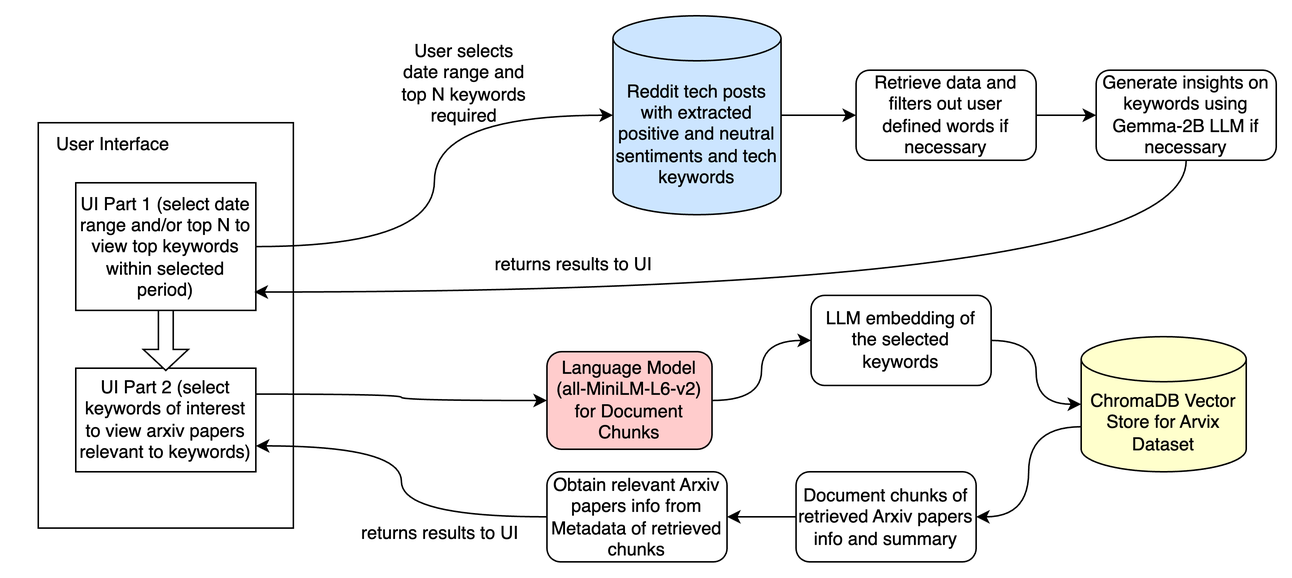
The draw.io diagram docs/build/html/_images/streamlit_flowchart.png in wbcmthh42/plp_practice_proj, before a commit. Source tidied: cells renumbered, new cells last; positions are measured from the earlier drawing's top-left corner, leaving out a move shared by most shapes. Its diagram source:
```xml
<mxGraphModel>
  <root>
    <mxCell id="0" />
    <mxCell id="1" parent="0" />
    <mxCell id="2" style="rounded=0;whiteSpace=wrap;html=1;" parent="1" vertex="1">
      <mxGeometry x="15" y="71.2" width="170" height="270" as="geometry" />
    </mxCell>
    <mxCell id="3" value="UI Part 1 (select date range and/or top N to view top keywords within selected period)" style="rounded=0;whiteSpace=wrap;html=1;fillColor=#FFFFFF;" parent="1" vertex="1">
      <mxGeometry x="40" y="111.2" width="120" height="85" as="geometry" />
    </mxCell>
    <mxCell id="4" style="edgeStyle=orthogonalEdgeStyle;curved=1;rounded=0;jettySize=auto;html=1;exitX=1;exitY=0.5;exitDx=0;exitDy=0;exitPerimeter=0;entryX=0;entryY=0.5;entryDx=0;entryDy=0;" parent="1" edge="1" source="5" target="24">
      <mxGeometry relative="1" as="geometry" />
    </mxCell>
    <mxCell id="5" value="Reddit tech posts with extracted positive and neutral sentiments and tech keywords" style="shape=cylinder3;whiteSpace=wrap;html=1;boundedLbl=1;backgroundOutline=1;size=15;fillColor=#CCE5FF;" parent="1" vertex="1">
      <mxGeometry x="398" width="112" height="132.5" as="geometry" />
    </mxCell>
    <mxCell id="6" style="edgeStyle=orthogonalEdgeStyle;curved=1;rounded=0;jettySize=auto;html=1;exitX=1;exitY=0.5;exitDx=0;exitDy=0;entryX=0;entryY=0.5;entryDx=0;entryDy=0;entryPerimeter=0;" parent="1" edge="1" source="3" target="5">
      <mxGeometry relative="1" as="geometry" />
    </mxCell>
    <mxCell id="7" value="User selects date range and top N keywords required" style="text;html=1;align=center;verticalAlign=middle;whiteSpace=wrap;rounded=0;" parent="1" vertex="1">
      <mxGeometry x="254" y="30" width="90" height="30" as="geometry" />
    </mxCell>
    <mxCell id="8" value="returns results to UI" style="text;html=1;align=center;verticalAlign=middle;whiteSpace=wrap;rounded=0;" parent="1" vertex="1">
      <mxGeometry x="314" y="151.2" width="116" height="30" as="geometry" />
    </mxCell>
    <mxCell id="9" style="edgeStyle=orthogonalEdgeStyle;curved=1;rounded=0;jettySize=auto;html=1;exitX=1;exitY=0.25;exitDx=0;exitDy=0;entryX=0;entryY=0.5;entryDx=0;entryDy=0;" parent="1" edge="1" source="10" target="15">
      <mxGeometry relative="1" as="geometry" />
    </mxCell>
    <mxCell id="10" value="UI Part 2 (select keywords of interest to view arxiv papers relevant to keywords)" style="rounded=0;whiteSpace=wrap;html=1;fillColor=#FFFFFF;" parent="1" vertex="1">
      <mxGeometry x="40" y="234.8" width="120" height="69" as="geometry" />
    </mxCell>
    <mxCell id="11" style="html=1;shadow=0;dashed=0;align=center;verticalAlign=middle;shape=mxgraph.arrows2.arrow;dy=0.67;dx=14;direction=south;notch=0;" parent="1" vertex="1">
      <mxGeometry x="85" y="196.2" width="30" height="40" as="geometry" />
    </mxCell>
    <mxCell id="12" style="edgeStyle=orthogonalEdgeStyle;curved=1;rounded=0;jettySize=auto;html=1;exitX=0;exitY=0;exitDx=0;exitDy=60;exitPerimeter=0;entryX=1;entryY=0.5;entryDx=0;entryDy=0;" parent="1" edge="1" source="13" target="19">
      <mxGeometry relative="1" as="geometry" />
    </mxCell>
    <mxCell id="13" value="ChromaDB Vector Store for Arvix Dataset" style="shape=cylinder3;whiteSpace=wrap;html=1;boundedLbl=1;backgroundOutline=1;size=15;fillColor=#FFFFCC;" parent="1" vertex="1">
      <mxGeometry x="710" y="213.8" width="110" height="90" as="geometry" />
    </mxCell>
    <mxCell id="14" style="edgeStyle=orthogonalEdgeStyle;curved=1;rounded=0;jettySize=auto;html=1;exitX=1;exitY=0.5;exitDx=0;exitDy=0;entryX=0;entryY=0.5;entryDx=0;entryDy=0;" parent="1" edge="1" source="15" target="16">
      <mxGeometry relative="1" as="geometry" />
    </mxCell>
    <mxCell id="15" value="Language Model (all-MiniLM-L6-v2) for Document Chunks" style="rounded=1;whiteSpace=wrap;html=1;fillColor=#FFCCCC;" parent="1" vertex="1">
      <mxGeometry x="354" y="223.8" width="110" height="65" as="geometry" />
    </mxCell>
    <mxCell id="16" value="LLM embedding of the selected keywords" style="rounded=1;whiteSpace=wrap;html=1;" parent="1" vertex="1">
      <mxGeometry x="530" y="186.2" width="120" height="60" as="geometry" />
    </mxCell>
    <mxCell id="17" style="edgeStyle=orthogonalEdgeStyle;curved=1;rounded=0;jettySize=auto;html=1;exitX=1;exitY=0.5;exitDx=0;exitDy=0;entryX=0;entryY=0.5;entryDx=0;entryDy=0;entryPerimeter=0;" parent="1" edge="1" source="16" target="13">
      <mxGeometry relative="1" as="geometry" />
    </mxCell>
    <mxCell id="18" style="edgeStyle=orthogonalEdgeStyle;curved=1;rounded=0;jettySize=auto;html=1;exitX=0;exitY=0.5;exitDx=0;exitDy=0;entryX=1;entryY=0.5;entryDx=0;entryDy=0;" parent="1" edge="1" source="19" target="21">
      <mxGeometry relative="1" as="geometry" />
    </mxCell>
    <mxCell id="19" value="Document chunks of retrieved Arxiv papers info and summary" style="rounded=1;whiteSpace=wrap;html=1;" parent="1" vertex="1">
      <mxGeometry x="520" y="303.8" width="120" height="60" as="geometry" />
    </mxCell>
    <mxCell id="20" style="edgeStyle=orthogonalEdgeStyle;curved=1;rounded=0;jettySize=auto;html=1;exitX=0;exitY=0.5;exitDx=0;exitDy=0;entryX=1;entryY=0.75;entryDx=0;entryDy=0;" parent="1" edge="1" source="21" target="10">
      <mxGeometry relative="1" as="geometry" />
    </mxCell>
    <mxCell id="21" value="Obtain relevant Arxiv papers info from Metadata of retrieved chunks" style="rounded=1;whiteSpace=wrap;html=1;" parent="1" vertex="1">
      <mxGeometry x="354" y="303.8" width="120" height="60" as="geometry" />
    </mxCell>
    <mxCell id="22" value="User Interface" style="text;html=1;align=center;verticalAlign=middle;whiteSpace=wrap;rounded=0;" parent="1" vertex="1">
      <mxGeometry y="71.2" width="130" height="30" as="geometry" />
    </mxCell>
    <mxCell id="23" style="edgeStyle=orthogonalEdgeStyle;rounded=0;jettySize=auto;html=1;exitX=1;exitY=0.5;exitDx=0;exitDy=0;entryX=0;entryY=0.5;entryDx=0;entryDy=0;" parent="1" edge="1" source="24" target="26">
      <mxGeometry relative="1" as="geometry" />
    </mxCell>
    <mxCell id="24" value="Retrieve data and filters out user defined words if necessary" style="rounded=1;whiteSpace=wrap;html=1;" parent="1" vertex="1">
      <mxGeometry x="560" y="36.2" width="120" height="60" as="geometry" />
    </mxCell>
    <mxCell id="25" style="edgeStyle=orthogonalEdgeStyle;curved=1;rounded=0;jettySize=auto;html=1;exitX=0.5;exitY=1;exitDx=0;exitDy=0;entryX=0.992;entryY=0.856;entryDx=0;entryDy=0;entryPerimeter=0;" parent="1" edge="1" source="26" target="3">
      <mxGeometry relative="1" as="geometry" />
    </mxCell>
    <mxCell id="26" value="Generate insights on keywords using Gemma-2B LLM if necessary" style="rounded=1;whiteSpace=wrap;html=1;" parent="1" vertex="1">
      <mxGeometry x="720" y="36.2" width="120" height="60" as="geometry" />
    </mxCell>
    <mxCell id="27" value="returns results to UI" style="text;html=1;align=center;verticalAlign=middle;whiteSpace=wrap;rounded=0;" parent="1" vertex="1">
      <mxGeometry x="225" y="330" width="116" height="30" as="geometry" />
    </mxCell>
  </root>
</mxGraphModel>
```
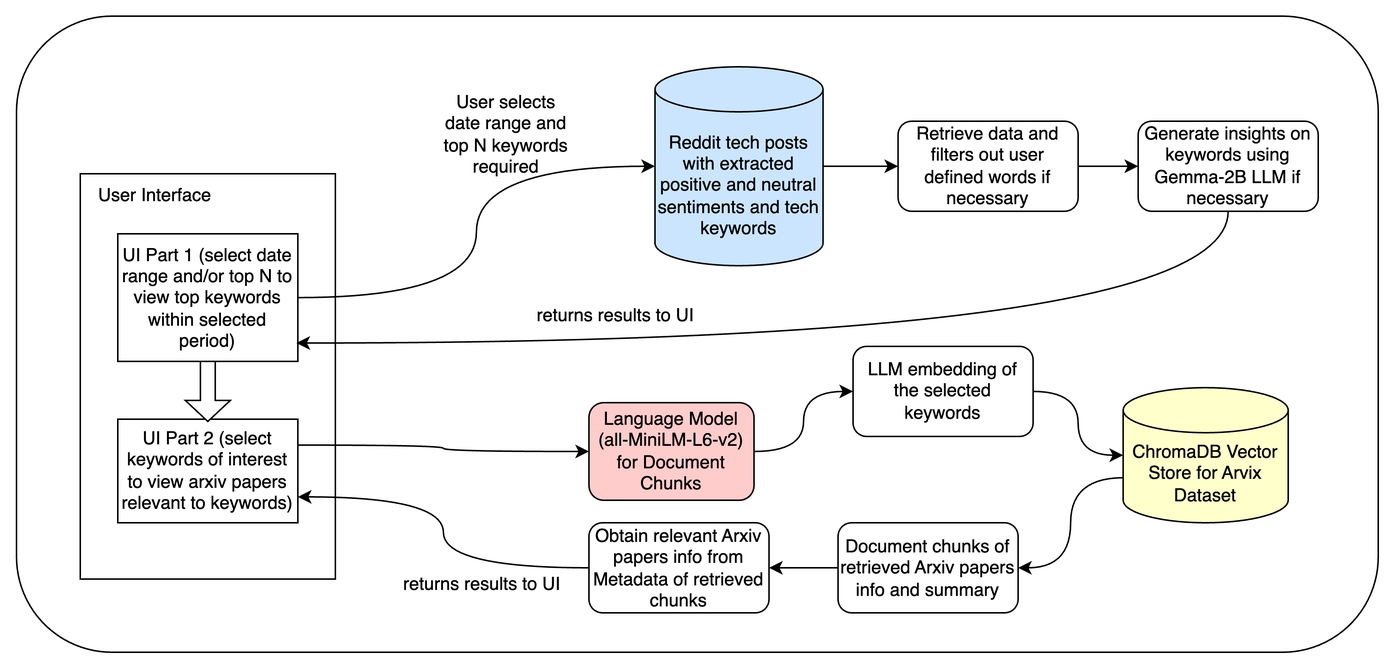
Later version of the same file.

Diff of the diagram source:
```diff
@@ -2,83 +2,86 @@
   <root>
     <mxCell id="0" />
     <mxCell id="1" parent="0" />
-    <mxCell id="2" style="rounded=0;whiteSpace=wrap;html=1;" parent="1" vertex="1">
-      <mxGeometry x="15" y="71.2" width="170" height="270" as="geometry" />
+    <mxCell id="2" style="rounded=1;whiteSpace=wrap;html=1;" parent="1" vertex="1">
+      <mxGeometry x="-27.5" y="-33.8" width="907.5" height="423.8" as="geometry" />
     </mxCell>
-    <mxCell id="3" value="UI Part 1 (select date range and/or top N to view top keywords within selected period)" style="rounded=0;whiteSpace=wrap;html=1;fillColor=#FFFFFF;" parent="1" vertex="1">
-      <mxGeometry x="40" y="111.2" width="120" height="85" as="geometry" />
+    <mxCell id="3" style="rounded=0;whiteSpace=wrap;html=1;" parent="1" vertex="1">
+      <mxGeometry x="15" y="71.2" width="170" height="270" as="geometry" />
     </mxCell>
-    <mxCell id="4" style="edgeStyle=orthogonalEdgeStyle;curved=1;rounded=0;jettySize=auto;html=1;exitX=1;exitY=0.5;exitDx=0;exitDy=0;exitPerimeter=0;entryX=0;entryY=0.5;entryDx=0;entryDy=0;" parent="1" edge="1" source="5" target="24">
-      <mxGeometry relative="1" as="geometry" />
+    <mxCell id="4" value="UI Part 1 (select date range and/or top N to view top keywords within selected period)" style="rounded=0;whiteSpace=wrap;html=1;fillColor=#FFFFFF;" parent="1" vertex="1">
+      <mxGeometry x="40" y="111.2" width="120" height="85" as="geometry" />
     </mxCell>
-    <mxCell id="5" value="Reddit tech posts with extracted positive and neutral sentiments and tech keywords" style="shape=cylinder3;whiteSpace=wrap;html=1;boundedLbl=1;backgroundOutline=1;size=15;fillColor=#CCE5FF;" parent="1" vertex="1">
-      <mxGeometry x="398" width="112" height="132.5" as="geometry" />
+    <mxCell id="5" style="edgeStyle=orthogonalEdgeStyle;curved=1;rounded=0;jettySize=auto;html=1;exitX=1;exitY=0.5;exitDx=0;exitDy=0;exitPerimeter=0;entryX=0;entryY=0.5;entryDx=0;entryDy=0;" parent="1" edge="1" source="6" target="25">
+      <mxGeometry relative="1" as="geometry" />
     </mxCell>
-    <mxCell id="6" style="edgeStyle=orthogonalEdgeStyle;curved=1;rounded=0;jettySize=auto;html=1;exitX=1;exitY=0.5;exitDx=0;exitDy=0;entryX=0;entryY=0.5;entryDx=0;entryDy=0;entryPerimeter=0;" parent="1" edge="1" source="3" target="5">
-      <mxGeometry relative="1" as="geometry" />
+    <mxCell id="6" value="Reddit tech posts with extracted positive and neutral sentiments and tech keywords" style="shape=cylinder3;whiteSpace=wrap;html=1;boundedLbl=1;backgroundOutline=1;size=15;fillColor=#CCE5FF;" parent="1" vertex="1">
+      <mxGeometry x="398" width="112" height="132.5" as="geometry" />
     </mxCell>
-    <mxCell id="7" value="User selects date range and top N keywords required" style="text;html=1;align=center;verticalAlign=middle;whiteSpace=wrap;rounded=0;" parent="1" vertex="1">
-      <mxGeometry x="254" y="30" width="90" height="30" as="geometry" />
+    <mxCell id="7" style="edgeStyle=orthogonalEdgeStyle;curved=1;rounded=0;jettySize=auto;html=1;exitX=1;exitY=0.5;exitDx=0;exitDy=0;entryX=0;entryY=0.5;entryDx=0;entryDy=0;entryPerimeter=0;" parent="1" edge="1" source="4" target="6">
+      <mxGeometry relative="1" as="geometry" />
     </mxCell>
-    <mxCell id="8" value="returns results to UI" style="text;html=1;align=center;verticalAlign=middle;whiteSpace=wrap;rounded=0;" parent="1" vertex="1">
-      <mxGeometry x="314" y="151.2" width="116" height="30" as="geometry" />
+    <mxCell id="8" value="User selects date range and top N keywords required" style="text;html=1;align=center;verticalAlign=middle;whiteSpace=wrap;rounded=0;" parent="1" vertex="1">
+      <mxGeometry x="254" y="30" width="90" height="30" as="geometry" />
     </mxCell>
-    <mxCell id="9" style="edgeStyle=orthogonalEdgeStyle;curved=1;rounded=0;jettySize=auto;html=1;exitX=1;exitY=0.25;exitDx=0;exitDy=0;entryX=0;entryY=0.5;entryDx=0;entryDy=0;" parent="1" edge="1" source="10" target="15">
-      <mxGeometry relative="1" as="geometry" />
+    <mxCell id="9" value="returns results to UI" style="text;html=1;align=center;verticalAlign=middle;whiteSpace=wrap;rounded=0;" parent="1" vertex="1">
+      <mxGeometry x="314" y="151.2" width="116" height="30" as="geometry" />
     </mxCell>
-    <mxCell id="10" value="UI Part 2 (select keywords of interest to view arxiv papers relevant to keywords)" style="rounded=0;whiteSpace=wrap;html=1;fillColor=#FFFFFF;" parent="1" vertex="1">
-      <mxGeometry x="40" y="234.8" width="120" height="69" as="geometry" />
+    <mxCell id="10" style="edgeStyle=orthogonalEdgeStyle;curved=1;rounded=0;jettySize=auto;html=1;exitX=1;exitY=0.25;exitDx=0;exitDy=0;entryX=0;entryY=0.5;entryDx=0;entryDy=0;" parent="1" edge="1" source="11" target="16">
+      <mxGeometry relative="1" as="geometry" />
     </mxCell>
-    <mxCell id="11" style="html=1;shadow=0;dashed=0;align=center;verticalAlign=middle;shape=mxgraph.arrows2.arrow;dy=0.67;dx=14;direction=south;notch=0;" parent="1" vertex="1">
-      <mxGeometry x="85" y="196.2" width="30" height="40" as="geometry" />
+    <mxCell id="11" value="UI Part 2 (select keywords of interest to view arxiv papers relevant to keywords)" style="rounded=0;whiteSpace=wrap;html=1;fillColor=#FFFFFF;" parent="1" vertex="1">
+      <mxGeometry x="40" y="234.8" width="120" height="69" as="geometry" />
     </mxCell>
-    <mxCell id="12" style="edgeStyle=orthogonalEdgeStyle;curved=1;rounded=0;jettySize=auto;html=1;exitX=0;exitY=0;exitDx=0;exitDy=60;exitPerimeter=0;entryX=1;entryY=0.5;entryDx=0;entryDy=0;" parent="1" edge="1" source="13" target="19">
-      <mxGeometry relative="1" as="geometry" />
+    <mxCell id="12" style="html=1;shadow=0;dashed=0;align=center;verticalAlign=middle;shape=mxgraph.arrows2.arrow;dy=0.67;dx=14;direction=south;notch=0;" parent="1" vertex="1">
+      <mxGeometry x="85" y="196.2" width="30" height="40" as="geometry" />
     </mxCell>
-    <mxCell id="13" value="ChromaDB Vector Store for Arvix Dataset" style="shape=cylinder3;whiteSpace=wrap;html=1;boundedLbl=1;backgroundOutline=1;size=15;fillColor=#FFFFCC;" parent="1" vertex="1">
-      <mxGeometry x="710" y="213.8" width="110" height="90" as="geometry" />
+    <mxCell id="13" style="edgeStyle=orthogonalEdgeStyle;curved=1;rounded=0;jettySize=auto;html=1;exitX=0;exitY=0;exitDx=0;exitDy=60;exitPerimeter=0;entryX=1;entryY=0.5;entryDx=0;entryDy=0;" parent="1" edge="1" source="14" target="20">
+      <mxGeometry relative="1" as="geometry" />
     </mxCell>
-    <mxCell id="14" style="edgeStyle=orthogonalEdgeStyle;curved=1;rounded=0;jettySize=auto;html=1;exitX=1;exitY=0.5;exitDx=0;exitDy=0;entryX=0;entryY=0.5;entryDx=0;entryDy=0;" parent="1" edge="1" source="15" target="16">
-      <mxGeometry relative="1" as="geometry" />
+    <mxCell id="14" value="ChromaDB Vector Store for Arvix Dataset" style="shape=cylinder3;whiteSpace=wrap;html=1;boundedLbl=1;backgroundOutline=1;size=15;fillColor=#FFFFCC;" parent="1" vertex="1">
+      <mxGeometry x="710" y="213.8" width="110" height="90" as="geometry" />
     </mxCell>
-    <mxCell id="15" value="Language Model (all-MiniLM-L6-v2) for Document Chunks" style="rounded=1;whiteSpace=wrap;html=1;fillColor=#FFCCCC;" parent="1" vertex="1">
-      <mxGeometry x="354" y="223.8" width="110" height="65" as="geometry" />
+    <mxCell id="15" style="edgeStyle=orthogonalEdgeStyle;curved=1;rounded=0;jettySize=auto;html=1;exitX=1;exitY=0.5;exitDx=0;exitDy=0;entryX=0;entryY=0.5;entryDx=0;entryDy=0;" parent="1" edge="1" source="16" target="17">
+      <mxGeometry relative="1" as="geometry" />
     </mxCell>
-    <mxCell id="16" value="LLM embedding of the selected keywords" style="rounded=1;whiteSpace=wrap;html=1;" parent="1" vertex="1">
-      <mxGeometry x="530" y="186.2" width="120" height="60" as="geometry" />
+    <mxCell id="16" value="Language Model (all-MiniLM-L6-v2) for Document Chunks" style="rounded=1;whiteSpace=wrap;html=1;fillColor=#FFCCCC;" parent="1" vertex="1">
+      <mxGeometry x="354" y="223.8" width="110" height="65" as="geometry" />
     </mxCell>
-    <mxCell id="17" style="edgeStyle=orthogonalEdgeStyle;curved=1;rounded=0;jettySize=auto;html=1;exitX=1;exitY=0.5;exitDx=0;exitDy=0;entryX=0;entryY=0.5;entryDx=0;entryDy=0;entryPerimeter=0;" parent="1" edge="1" source="16" target="13">
-      <mxGeometry relative="1" as="geometry" />
+    <mxCell id="17" value="LLM embedding of the selected keywords" style="rounded=1;whiteSpace=wrap;html=1;" parent="1" vertex="1">
+      <mxGeometry x="530" y="186.2" width="120" height="60" as="geometry" />
     </mxCell>
-    <mxCell id="18" style="edgeStyle=orthogonalEdgeStyle;curved=1;rounded=0;jettySize=auto;html=1;exitX=0;exitY=0.5;exitDx=0;exitDy=0;entryX=1;entryY=0.5;entryDx=0;entryDy=0;" parent="1" edge="1" source="19" target="21">
+    <mxCell id="18" style="edgeStyle=orthogonalEdgeStyle;curved=1;rounded=0;jettySize=auto;html=1;exitX=1;exitY=0.5;exitDx=0;exitDy=0;entryX=0;entryY=0.5;entryDx=0;entryDy=0;entryPerimeter=0;" parent="1" edge="1" source="17" target="14">
       <mxGeometry relative="1" as="geometry" />
     </mxCell>
-    <mxCell id="19" value="Document chunks of retrieved Arxiv papers info and summary" style="rounded=1;whiteSpace=wrap;html=1;" parent="1" vertex="1">
-      <mxGeometry x="520" y="303.8" width="120" height="60" as="geometry" />
+    <mxCell id="19" style="edgeStyle=orthogonalEdgeStyle;curved=1;rounded=0;jettySize=auto;html=1;exitX=0;exitY=0.5;exitDx=0;exitDy=0;entryX=1;entryY=0.5;entryDx=0;entryDy=0;" parent="1" edge="1" source="20" target="22">
+      <mxGeometry relative="1" as="geometry" />
     </mxCell>
-    <mxCell id="20" style="edgeStyle=orthogonalEdgeStyle;curved=1;rounded=0;jettySize=auto;html=1;exitX=0;exitY=0.5;exitDx=0;exitDy=0;entryX=1;entryY=0.75;entryDx=0;entryDy=0;" parent="1" edge="1" source="21" target="10">
-      <mxGeometry relative="1" as="geometry" />
+    <mxCell id="20" value="Document chunks of retrieved Arxiv papers info and summary" style="rounded=1;whiteSpace=wrap;html=1;" parent="1" vertex="1">
+      <mxGeometry x="520" y="303.8" width="120" height="60" as="geometry" />
     </mxCell>
-    <mxCell id="21" value="Obtain relevant Arxiv papers info from Metadata of retrieved chunks" style="rounded=1;whiteSpace=wrap;html=1;" parent="1" vertex="1">
-      <mxGeometry x="354" y="303.8" width="120" height="60" as="geometry" />
+    <mxCell id="21" style="edgeStyle=orthogonalEdgeStyle;curved=1;rounded=0;jettySize=auto;html=1;exitX=0;exitY=0.5;exitDx=0;exitDy=0;entryX=1;entryY=0.75;entryDx=0;entryDy=0;" parent="1" edge="1" source="22" target="11">
+      <mxGeometry relative="1" as="geometry" />
     </mxCell>
-    <mxCell id="22" value="User Interface" style="text;html=1;align=center;verticalAlign=middle;whiteSpace=wrap;rounded=0;" parent="1" vertex="1">
-      <mxGeometry y="71.2" width="130" height="30" as="geometry" />
+    <mxCell id="22" value="Obtain relevant Arxiv papers info from Metadata of retrieved chunks" style="rounded=1;whiteSpace=wrap;html=1;" parent="1" vertex="1">
+      <mxGeometry x="354" y="303.8" width="120" height="60" as="geometry" />
     </mxCell>
-    <mxCell id="23" style="edgeStyle=orthogonalEdgeStyle;rounded=0;jettySize=auto;html=1;exitX=1;exitY=0.5;exitDx=0;exitDy=0;entryX=0;entryY=0.5;entryDx=0;entryDy=0;" parent="1" edge="1" source="24" target="26">
-      <mxGeometry relative="1" as="geometry" />
+    <mxCell id="23" value="User Interface" style="text;html=1;align=center;verticalAlign=middle;whiteSpace=wrap;rounded=0;" parent="1" vertex="1">
+      <mxGeometry y="71.2" width="130" height="30" as="geometry" />
     </mxCell>
-    <mxCell id="24" value="Retrieve data and filters out user defined words if necessary" style="rounded=1;whiteSpace=wrap;html=1;" parent="1" vertex="1">
-      <mxGeometry x="560" y="36.2" width="120" height="60" as="geometry" />
+    <mxCell id="24" style="edgeStyle=orthogonalEdgeStyle;rounded=0;jettySize=auto;html=1;exitX=1;exitY=0.5;exitDx=0;exitDy=0;entryX=0;entryY=0.5;entryDx=0;entryDy=0;" parent="1" edge="1" source="25" target="27">
+      <mxGeometry relative="1" as="geometry" />
     </mxCell>
-    <mxCell id="25" style="edgeStyle=orthogonalEdgeStyle;curved=1;rounded=0;jettySize=auto;html=1;exitX=0.5;exitY=1;exitDx=0;exitDy=0;entryX=0.992;entryY=0.856;entryDx=0;entryDy=0;entryPerimeter=0;" parent="1" edge="1" source="26" target="3">
-      <mxGeometry relative="1" as="geometry" />
+    <mxCell id="25" value="Retrieve data and filters out user defined words if necessary" style="rounded=1;whiteSpace=wrap;html=1;" parent="1" vertex="1">
+      <mxGeometry x="560" y="36.2" width="120" height="60" as="geometry" />
     </mxCell>
-    <mxCell id="26" value="Generate insights on keywords using Gemma-2B LLM if necessary" style="rounded=1;whiteSpace=wrap;html=1;" parent="1" vertex="1">
-      <mxGeometry x="720" y="36.2" width="120" height="60" as="geometry" />
+    <mxCell id="26" style="edgeStyle=orthogonalEdgeStyle;curved=1;rounded=0;jettySize=auto;html=1;exitX=0.5;exitY=1;exitDx=0;exitDy=0;entryX=0.992;entryY=0.856;entryDx=0;entryDy=0;entryPerimeter=0;" parent="1" edge="1" source="27" target="4">
+      <mxGeometry relative="1" as="geometry" />
     </mxCell>
-    <mxCell id="27" value="returns results to UI" style="text;html=1;align=center;verticalAlign=middle;whiteSpace=wrap;rounded=0;" parent="1" vertex="1">
-      <mxGeometry x="225" y="330" width="116" height="30" as="geometry" />
+    <mxCell id="27" value="Generate insights on keywords using Gemma-2B LLM if necessary" style="rounded=1;whiteSpace=wrap;html=1;" parent="1" vertex="1">
+      <mxGeometry x="720" y="36.2" width="120" height="60" as="geometry" />
     </mxCell>
+    <mxCell id="28" value="returns results to UI" style="text;html=1;align=center;verticalAlign=middle;whiteSpace=wrap;rounded=0;" parent="1" vertex="1">
+      <mxGeometry x="225" y="330" width="116" height="30" as="geometry" />
+    </mxCell>
   </root>
 </mxGraphModel>
```
